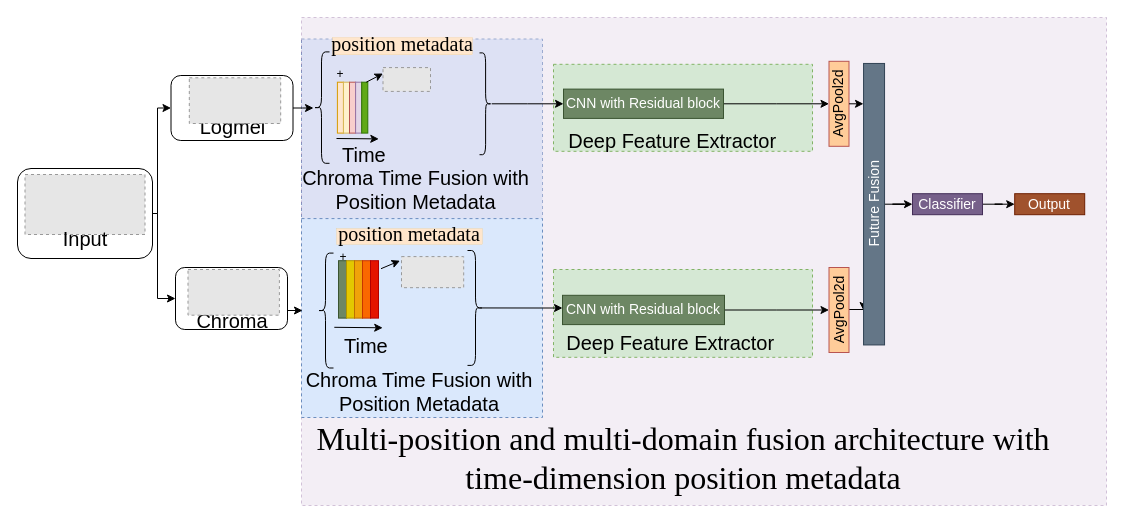
This is time_fusion.drawio from lhwjsj/Diagram, a draw.io file, before an edit. Source tidied: cells renumbered, new cells numbered last; positions are measured from the earlier drawing's top-left corner, leaving out a move shared by most shapes. Both pictures are drawn from the tidied source at 100%, with x=0, y=0 at pixel (17, 17). Pictures stored in the file or linked from it are replaced by grey dashed boxes.
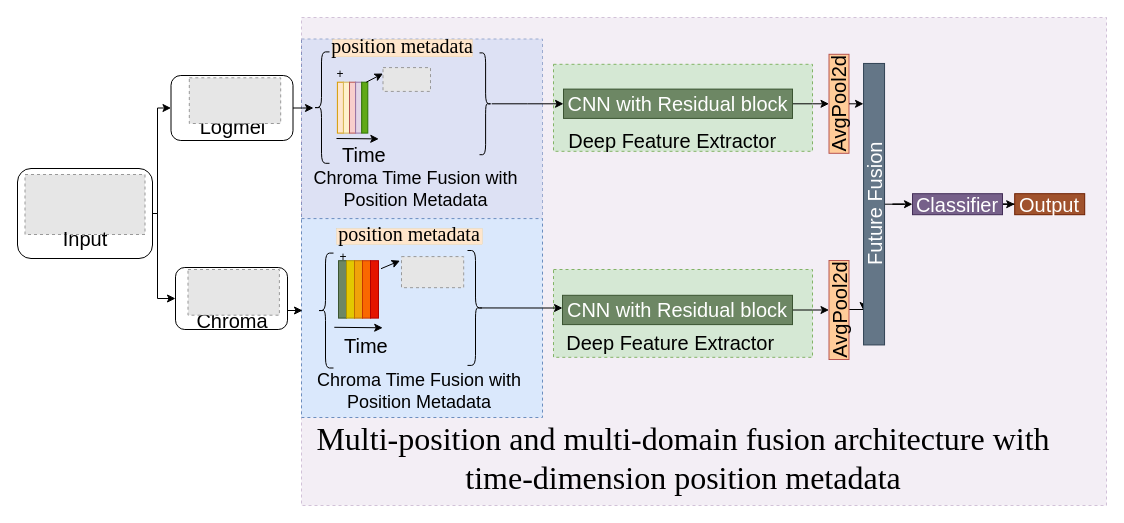
The same page after the edit.

Diff of the diagram source:
```diff
@@
-    <mxCell id="21" value="&lt;font style=&quot;font-size: 14px;&quot;&gt;CNN with Residual block&lt;/font&gt;" style="rounded=0;whiteSpace=wrap;html=1;fillColor=#6d8764;strokeColor=#3A5431;fontColor=#ffffff;" parent="1" vertex="1">
-      <mxGeometry x="546" y="71.6" width="160" height="29.3" as="geometry" />
+    <mxCell id="21" value="&lt;font style=&quot;font-size: 20px;&quot;&gt;CNN with Residual block&lt;/font&gt;" style="rounded=0;whiteSpace=wrap;html=1;fillColor=#6d8764;strokeColor=#3A5431;fontColor=#ffffff;" parent="1" vertex="1">
+      <mxGeometry x="546" y="71.6" width="229" height="29.3" as="geometry" />
     </mxCell>
@@
-    <mxCell id="23" value="&lt;font style=&quot;font-size: 14px;&quot;&gt;CNN with Residual block&lt;/font&gt;" style="rounded=0;whiteSpace=wrap;html=1;fillColor=#6d8764;fontColor=#ffffff;strokeColor=#3A5431;" parent="1" vertex="1">
-      <mxGeometry x="545" y="277.8" width="162" height="29.3" as="geometry" />
+    <mxCell id="23" value="&lt;font style=&quot;font-size: 20px;&quot;&gt;CNN with Residual block&lt;/font&gt;" style="rounded=0;whiteSpace=wrap;html=1;fillColor=#6d8764;fontColor=#ffffff;strokeColor=#3A5431;" parent="1" vertex="1">
+      <mxGeometry x="545" y="277.8" width="230" height="29.3" as="geometry" />
     </mxCell>
-    <mxCell id="24" value="&lt;font style=&quot;font-size: 14px;&quot;&gt;AvgPool2d&lt;/font&gt;" style="rounded=0;whiteSpace=wrap;html=1;fillColor=#FFCC99;strokeColor=#b85450;rotation=-90;" parent="1" vertex="1">
-      <mxGeometry x="779" y="76.3" width="85" height="20" as="geometry" />
+    <mxCell id="24" value="&lt;font style=&quot;font-size: 20px;&quot;&gt;AvgPool2d&lt;/font&gt;" style="rounded=0;whiteSpace=wrap;html=1;fillColor=#FFCC99;strokeColor=#b85450;rotation=-90;" parent="1" vertex="1">
+      <mxGeometry x="772" y="76.3" width="99" height="20" as="geometry" />
     </mxCell>
@@
-    <mxCell id="26" value="&lt;font style=&quot;font-size: 14px;&quot;&gt;AvgPool2d&lt;/font&gt;" style="rounded=0;whiteSpace=wrap;html=1;fillColor=#FFCC99;strokeColor=#b85450;rotation=-90;" parent="1" vertex="1">
-      <mxGeometry x="779" y="282.5" width="85" height="20" as="geometry" />
+    <mxCell id="26" value="&lt;font style=&quot;font-size: 20px;&quot;&gt;AvgPool2d&lt;/font&gt;" style="rounded=0;whiteSpace=wrap;html=1;fillColor=#FFCC99;strokeColor=#b85450;rotation=-90;" parent="1" vertex="1">
+      <mxGeometry x="772" y="282.5" width="99" height="20" as="geometry" />
     </mxCell>
@@
-    <mxCell id="28" value="&lt;font style=&quot;font-size: 14px;&quot;&gt;Future Fusion&lt;/font&gt;" style="rounded=0;whiteSpace=wrap;html=1;fillColor=#647687;strokeColor=#314354;rotation=-90;fontColor=#ffffff;" parent="1" vertex="1">
+    <mxCell id="28" value="&lt;font style=&quot;font-size: 20px;&quot;&gt;Future Fusion&lt;/font&gt;" style="rounded=0;whiteSpace=wrap;html=1;fillColor=#647687;strokeColor=#314354;rotation=-90;fontColor=#ffffff;" parent="1" vertex="1">
       <mxGeometry x="715.8" y="176.2" width="281.5" height="21" as="geometry" />
     </mxCell>
@@
-    <mxCell id="31" value="&lt;font style=&quot;font-size: 14px;&quot;&gt;Classifier&lt;/font&gt;" style="rounded=0;whiteSpace=wrap;html=1;fillColor=#76608a;strokeColor=#432D57;rotation=0;fontColor=#ffffff;align=center;" parent="1" vertex="1">
-      <mxGeometry x="895" y="176.2" width="70" height="21" as="geometry" />
+    <mxCell id="31" value="&lt;font style=&quot;font-size: 20px;&quot;&gt;Classifier&lt;/font&gt;" style="rounded=0;whiteSpace=wrap;html=1;fillColor=#76608a;strokeColor=#432D57;rotation=0;fontColor=#ffffff;align=center;" parent="1" vertex="1">
+      <mxGeometry x="895" y="176.2" width="90" height="21" as="geometry" />
     </mxCell>
@@
-    <mxCell id="35" value="&lt;font style=&quot;font-size: 14px;&quot;&gt;Output&lt;/font&gt;" style="rounded=0;whiteSpace=wrap;html=1;fillColor=#a0522d;strokeColor=#6D1F00;rotation=0;align=center;fontColor=#ffffff;" parent="1" vertex="1">
+    <mxCell id="35" value="&lt;font style=&quot;font-size: 20px;&quot;&gt;Output&lt;/font&gt;" style="rounded=0;whiteSpace=wrap;html=1;fillColor=#a0522d;strokeColor=#6D1F00;rotation=0;align=center;fontColor=#ffffff;" parent="1" vertex="1">
       <mxGeometry x="997.2" y="176.2" width="70" height="21" as="geometry" />
     </mxCell>
@@
     <mxCell id="59" value="&lt;pre style=&quot;line-height: 0%;&quot;&gt;&lt;span style=&quot;background-color: initial;&quot;&gt;&lt;font style=&quot;font-size: 20px;&quot; face=&quot;Times New Roman&quot;&gt;position metadata&lt;/font&gt;&lt;/span&gt;&lt;/pre&gt;" style="rounded=0;whiteSpace=wrap;html=1;fillColor=#ffe6cc;strokeColor=#d79b00;align=center;verticalAlign=middle;horizontal=1;fontSize=10;labelPosition=center;verticalLabelPosition=middle;strokeWidth=0;" parent="1" vertex="1">
-      <mxGeometry x="315" y="20" width="140" height="17.3" as="geometry" />
+      <mxGeometry x="315" y="22" width="140" height="17.3" as="geometry" />
     </mxCell>
@@
-    <mxCell id="64" value="&lt;font style=&quot;font-size: 20px;&quot;&gt;Chroma Time Fusion with Position Metadata&lt;/font&gt;" style="text;html=1;align=center;verticalAlign=middle;whiteSpace=wrap;rounded=0;" parent="1" vertex="1">
+    <mxCell id="64" value="&lt;font style=&quot;font-size: 18px;&quot;&gt;Chroma Time Fusion with Position Metadata&lt;/font&gt;" style="text;html=1;align=center;verticalAlign=middle;whiteSpace=wrap;rounded=0;" parent="1" vertex="1">
       <mxGeometry x="272" y="151" width="253" height="42.3" as="geometry" />
     </mxCell>
@@
-    <mxCell id="68" value="&lt;font style=&quot;font-size: 20px;&quot;&gt;Chroma Time Fusion with Position Metadata&lt;/font&gt;" style="text;html=1;align=center;verticalAlign=middle;whiteSpace=wrap;rounded=0;" parent="1" vertex="1">
+    <mxCell id="68" value="&lt;font style=&quot;font-size: 18px;&quot;&gt;Chroma Time Fusion with Position Metadata&lt;/font&gt;" style="text;html=1;align=center;verticalAlign=middle;whiteSpace=wrap;rounded=0;" parent="1" vertex="1">
       <mxGeometry x="279" y="355.3" width="246" height="36.4" as="geometry" />
     </mxCell>
```
